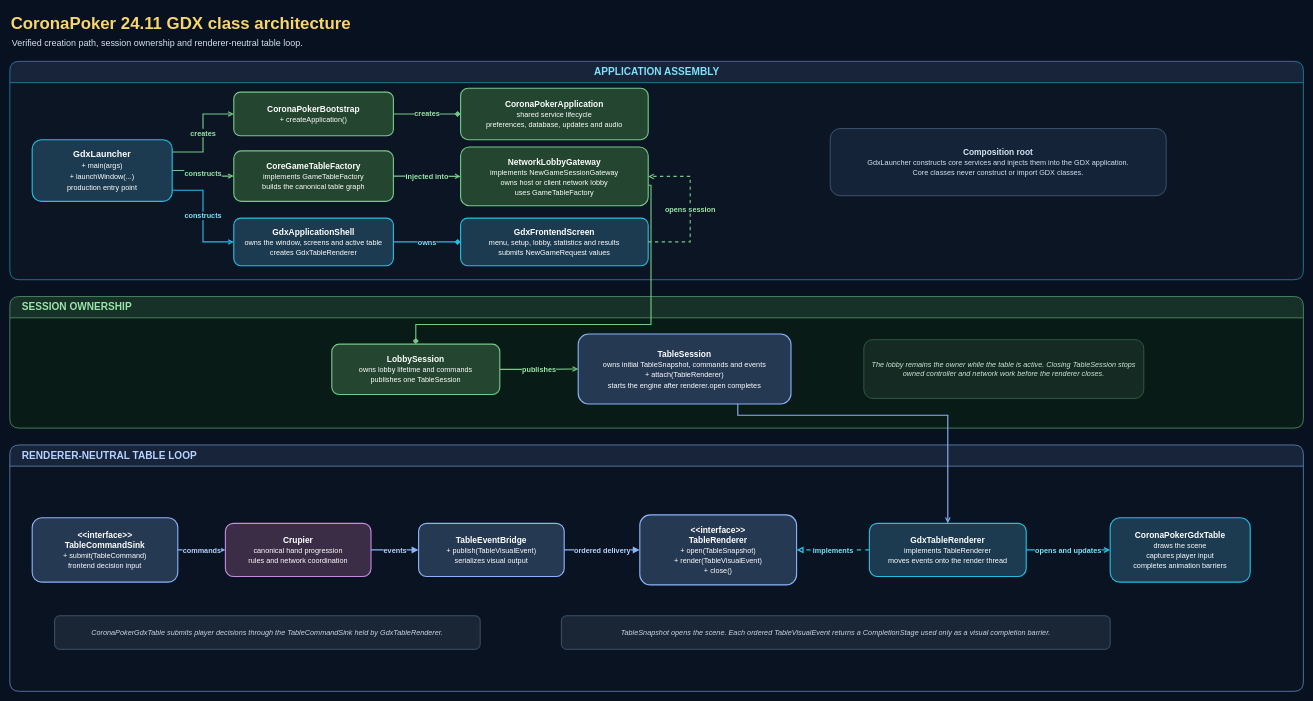
Earlier version of the draw.io diagram docs/diagrams/coronapoker-frontend-uml.drawio (tonikelope/coronapoker). Source tidied: cells renumbered, new cells numbered last; positions are measured from the earlier drawing's top-left corner, leaving out a move shared by most shapes. Both pictures are drawn from the tidied source at 56%, with x=0, y=0 at pixel (10, 10).
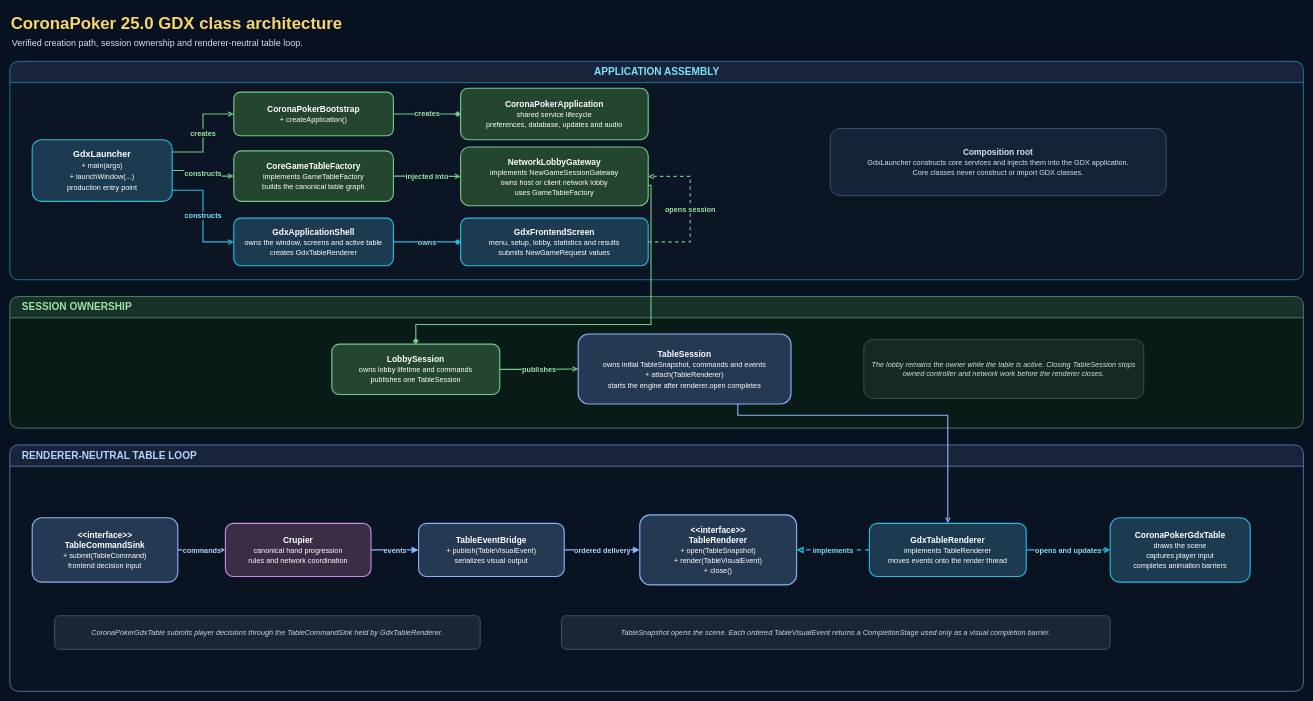
The same page after the edit.

The edit, as a diff of the source:
```diff
@@
-    <mxCell id="2" value="CoronaPoker 24.11 GDX class architecture" style="text;html=1;strokeColor=none;fillColor=none;align=left;verticalAlign=middle;fontSize=30;fontStyle=1;fontColor=#F8D66D;" parent="1" vertex="1">
+    <mxCell id="2" value="CoronaPoker 25.0 GDX class architecture" style="text;html=1;strokeColor=none;fillColor=none;align=left;verticalAlign=middle;fontSize=30;fontStyle=1;fontColor=#F8D66D;" parent="1" vertex="1">
       <mxGeometry width="1100" height="45" as="geometry" />
     </mxCell>
```
